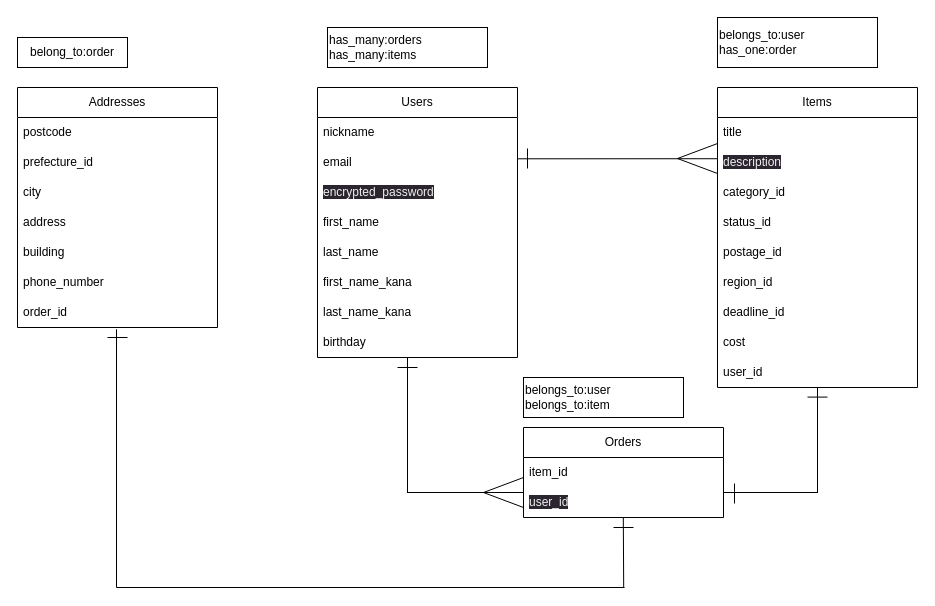
Above: ERfigure.dio in bondinu/furima-39203 (draw.io), before the change. Source tidied: cells renumbered, new cells numbered last; positions are measured from the earlier drawing's top-left corner, leaving out a move shared by most shapes. Both pictures are drawn from the tidied source at 100%, with x=0, y=0 at pixel (17, 17).
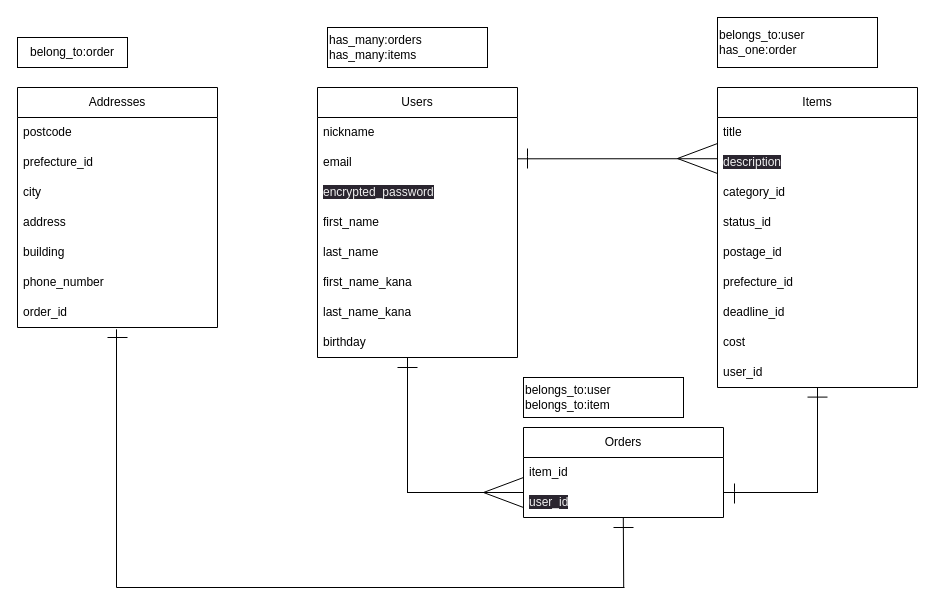
The same diagram, later.

Commit message (it also covers changes not shown here):
データベース設計　修正４

Unchanged cells that the change refers to:
```xml
<mxCell id="11" value="Items" style="swimlane;fontStyle=0;horizontal=1;startSize=30;whiteSpace=wrap;html=1;" parent="1" vertex="1">
  <mxGeometry x="700" y="70" width="200" height="300" as="geometry" />
</mxCell>
```

What changed in the source:
```diff
@@
-    <mxCell id="17" value="region_id" style="text;strokeColor=none;fillColor=none;align=left;verticalAlign=middle;spacingLeft=4;spacingRight=4;overflow=hidden;whiteSpace=wrap;html=1;" parent="11" vertex="1">
+    <mxCell id="17" value="prefecture_id" style="text;strokeColor=none;fillColor=none;align=left;verticalAlign=middle;spacingLeft=4;spacingRight=4;overflow=hidden;whiteSpace=wrap;html=1;" parent="11" vertex="1">
       <mxGeometry y="180" width="200" height="30" as="geometry" />
     </mxCell>
```
